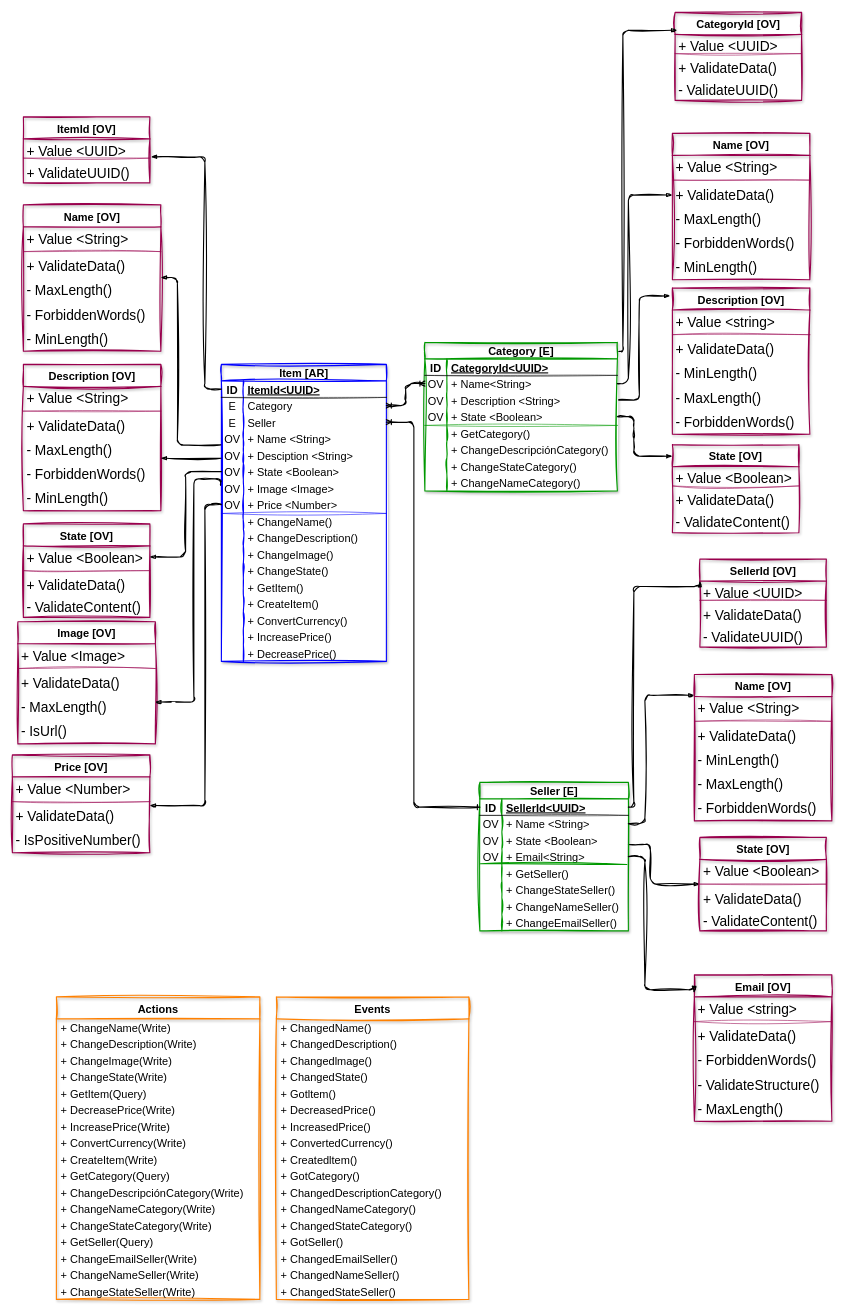
Julian362/C1-2023-DDD-Colombia keeps this draw.io diagram as page "Item<AR>-Product" (2 of 5) of Drive-Domain-Design.drawio. Above is the earlier version. Source tidied: cells renumbered, new cells numbered last; positions are measured from the earlier drawing's top-left corner, leaving out a move shared by most shapes. Both pictures are drawn from the tidied source at 55%, with x=0, y=0 at pixel (12, 12).
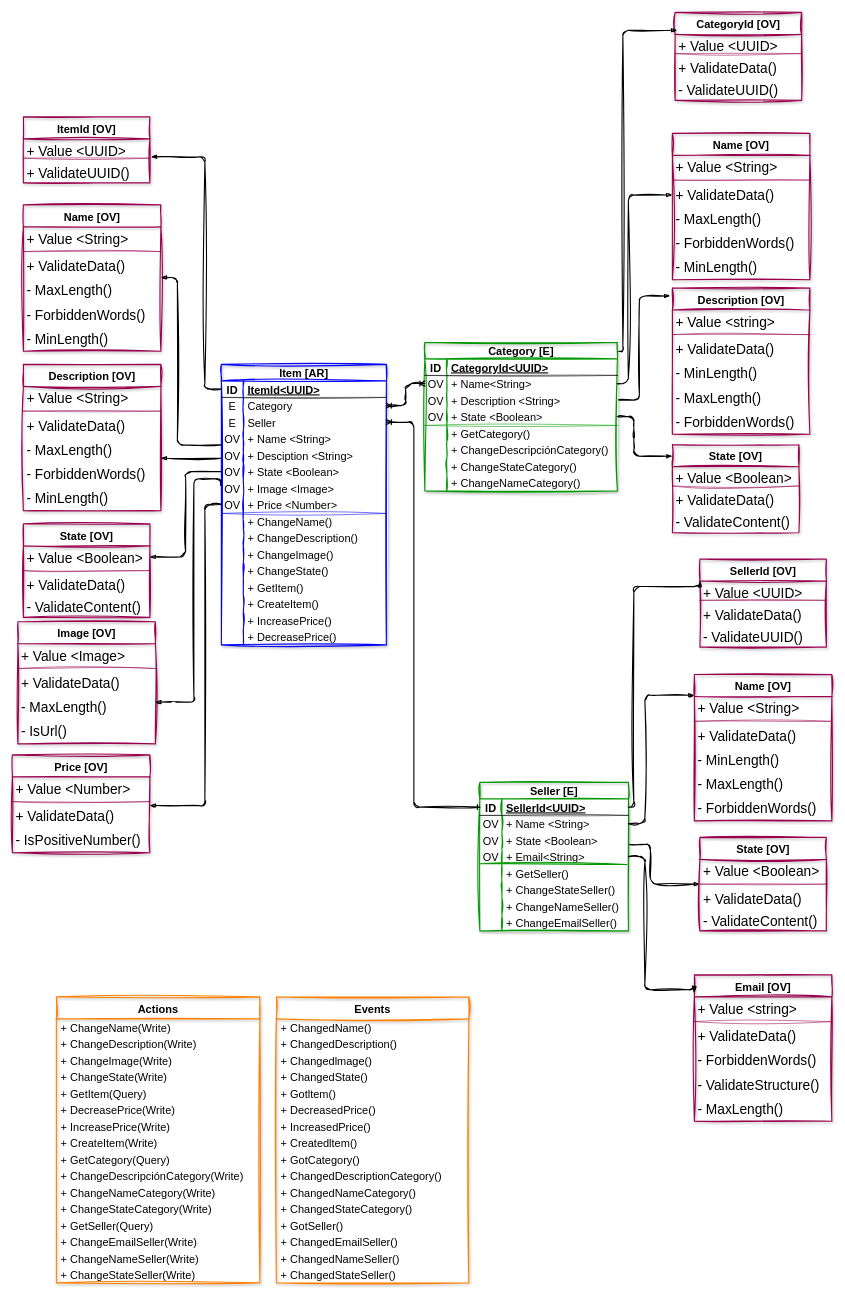
After the change.

The edit, as a diff of the source:
```diff
@@
     <mxCell id="2" value="Item [AR]" style="shape=table;startSize=30;childLayout=tableLayout;rowLines=0;fontStyle=1;align=center;hachureGap=4;fontFamily=Helvetica;fontSize=20;fillColor=none;swimlaneFillColor=default;rounded=0;shadow=1;strokeWidth=2;labelBorderColor=none;strokeColor=#0000FF;sketch=1;curveFitting=1;jiggle=2;" parent="1" vertex="1">
-      <mxGeometry x="380" y="640" width="300" height="540" as="geometry" />
+      <mxGeometry x="380" y="640" width="300" height="510" as="geometry" />
     </mxCell>
@@
-    <mxCell id="45" style="shape=tableRow;horizontal=0;startSize=0;swimlaneHead=0;swimlaneBody=0;fillColor=none;top=0;left=0;right=0;bottom=0;sketch=1;hachureGap=4;jiggle=2;curveFitting=1;fontFamily=Helvetica;fontSize=20;" parent="2" vertex="1">
-      <mxGeometry y="450" width="300" height="30" as="geometry" />
-    </mxCell>
-    <mxCell id="46" style="shape=partialRectangle;fillColor=none;top=0;left=0;bottom=0;right=0;overflow=hidden;sketch=1;hachureGap=4;jiggle=2;curveFitting=1;fontFamily=Helvetica;fontSize=20;" parent="45" vertex="1">
-      <mxGeometry width="40" height="30" as="geometry" />
-    </mxCell>
-    <mxCell id="47" value="+ ConvertCurrency()" style="shape=partialRectangle;fillColor=none;top=0;left=0;bottom=0;right=0;align=left;spacingLeft=6;overflow=hidden;sketch=1;hachureGap=4;jiggle=2;curveFitting=1;fontFamily=Helvetica;fontSize=20;" parent="45" vertex="1">
-      <mxGeometry x="40" width="260" height="30" as="geometry" />
-    </mxCell>
     <mxCell id="48" style="shape=tableRow;horizontal=0;startSize=0;swimlaneHead=0;swimlaneBody=0;fillColor=none;top=0;left=0;right=0;bottom=0;sketch=1;hachureGap=4;jiggle=2;curveFitting=1;fontFamily=Helvetica;fontSize=20;" parent="2" vertex="1">
-      <mxGeometry y="480" width="300" height="30" as="geometry" />
+      <mxGeometry y="450" width="300" height="30" as="geometry" />
     </mxCell>
@@
     <mxCell id="51" style="shape=tableRow;horizontal=0;startSize=0;swimlaneHead=0;swimlaneBody=0;fillColor=none;top=0;left=0;right=0;bottom=0;sketch=1;hachureGap=4;jiggle=2;curveFitting=1;fontFamily=Helvetica;fontSize=20;" parent="2" vertex="1">
-      <mxGeometry y="510" width="300" height="30" as="geometry" />
+      <mxGeometry y="480" width="300" height="30" as="geometry" />
     </mxCell>
@@
     <mxCell id="94" value="Actions" style="swimlane;fontStyle=1;horizontal=1;startSize=40;align=center;fontSize=20;rounded=0;shadow=1;labelBorderColor=none;sketch=1;hachureGap=4;jiggle=2;fillStyle=cross-hatch;curveFitting=1;strokeColor=#FF8000;strokeWidth=2;fontFamily=Helvetica;fillColor=none;gradientColor=none;" parent="1" vertex="1">
-      <mxGeometry x="80" y="1790" width="370" height="550" as="geometry" />
+      <mxGeometry x="80" y="1790" width="370" height="520" as="geometry" />
     </mxCell>
@@
-    <mxCell id="102" value="+ ConvertCurrency(Write)" style="shape=partialRectangle;fillColor=none;top=0;left=0;bottom=0;right=0;align=left;spacingLeft=6;overflow=hidden;sketch=1;hachureGap=4;jiggle=2;curveFitting=1;fontFamily=Helvetica;fontSize=20;" parent="94" vertex="1">
-      <mxGeometry y="250" width="370" height="30" as="geometry" />
-    </mxCell>
     <mxCell id="103" value="+ CreateItem(Write)" style="shape=partialRectangle;fillColor=none;top=0;left=0;bottom=0;right=0;align=left;spacingLeft=6;overflow=hidden;sketch=1;hachureGap=4;jiggle=2;curveFitting=1;fontFamily=Helvetica;fontSize=20;" parent="94" vertex="1">
-      <mxGeometry y="280" width="370" height="30" as="geometry" />
+      <mxGeometry y="250" width="370" height="30" as="geometry" />
     </mxCell>
     <mxCell id="104" value="+ GetCategory(Query)" style="shape=partialRectangle;fillColor=none;top=0;left=0;bottom=0;right=0;align=left;spacingLeft=6;overflow=hidden;sketch=1;hachureGap=4;jiggle=2;curveFitting=1;fontFamily=Helvetica;fontSize=20;" parent="94" vertex="1">
-      <mxGeometry y="310" width="370" height="30" as="geometry" />
+      <mxGeometry y="280" width="370" height="30" as="geometry" />
     </mxCell>
     <mxCell id="105" value="+ ChangeDescripciónCategory(Write)" style="shape=partialRectangle;fillColor=none;top=0;left=0;bottom=0;right=0;align=left;spacingLeft=6;overflow=hidden;sketch=1;hachureGap=4;jiggle=2;curveFitting=1;fontFamily=Helvetica;fontSize=20;" parent="94" vertex="1">
-      <mxGeometry y="340" width="370" height="30" as="geometry" />
+      <mxGeometry y="310" width="370" height="30" as="geometry" />
     </mxCell>
     <mxCell id="106" value="+ ChangeNameCategory(Write)" style="shape=partialRectangle;fillColor=none;top=0;left=0;bottom=0;right=0;align=left;spacingLeft=6;overflow=hidden;sketch=1;hachureGap=4;jiggle=2;curveFitting=1;fontFamily=Helvetica;fontSize=20;" parent="94" vertex="1">
-      <mxGeometry y="370" width="370" height="30" as="geometry" />
+      <mxGeometry y="340" width="370" height="30" as="geometry" />
     </mxCell>
     <mxCell id="107" value="+ ChangeStateCategory(Write)" style="shape=partialRectangle;fillColor=none;top=0;left=0;bottom=0;right=0;align=left;spacingLeft=6;overflow=hidden;sketch=1;hachureGap=4;jiggle=2;curveFitting=1;fontFamily=Helvetica;fontSize=20;" parent="94" vertex="1">
-      <mxGeometry y="400" width="370" height="30" as="geometry" />
+      <mxGeometry y="370" width="370" height="30" as="geometry" />
     </mxCell>
     <mxCell id="108" value="+ GetSeller(Query)" style="shape=partialRectangle;fillColor=none;top=0;left=0;bottom=0;right=0;align=left;spacingLeft=6;overflow=hidden;sketch=1;hachureGap=4;jiggle=2;curveFitting=1;fontFamily=Helvetica;fontSize=20;" parent="94" vertex="1">
-      <mxGeometry y="430" width="370" height="30" as="geometry" />
+      <mxGeometry y="400" width="370" height="30" as="geometry" />
     </mxCell>
     <mxCell id="109" value="+ ChangeEmailSeller(Write)" style="shape=partialRectangle;fillColor=none;top=0;left=0;bottom=0;right=0;align=left;spacingLeft=6;overflow=hidden;sketch=1;hachureGap=4;jiggle=2;curveFitting=1;fontFamily=Helvetica;fontSize=20;" parent="94" vertex="1">
-      <mxGeometry y="460" width="370" height="30" as="geometry" />
+      <mxGeometry y="430" width="370" height="30" as="geometry" />
     </mxCell>
     <mxCell id="110" value="+ ChangeNameSeller(Write)" style="shape=partialRectangle;fillColor=none;top=0;left=0;bottom=0;right=0;align=left;spacingLeft=6;overflow=hidden;sketch=1;hachureGap=4;jiggle=2;curveFitting=1;fontFamily=Helvetica;fontSize=20;" parent="94" vertex="1">
-      <mxGeometry y="490" width="370" height="30" as="geometry" />
+      <mxGeometry y="460" width="370" height="30" as="geometry" />
     </mxCell>
     <mxCell id="111" value="+ ChangeStateSeller(Write)" style="shape=partialRectangle;fillColor=none;top=0;left=0;bottom=0;right=0;align=left;spacingLeft=6;overflow=hidden;sketch=1;hachureGap=4;jiggle=2;curveFitting=1;fontFamily=Helvetica;fontSize=20;" parent="94" vertex="1">
-      <mxGeometry y="520" width="370" height="30" as="geometry" />
+      <mxGeometry y="490" width="370" height="30" as="geometry" />
     </mxCell>
@@
     <mxCell id="224" value="Events" style="swimlane;fontStyle=1;horizontal=1;startSize=40;align=center;fontSize=20;rounded=0;shadow=1;labelBorderColor=none;sketch=1;hachureGap=4;jiggle=2;fillStyle=cross-hatch;curveFitting=1;strokeColor=#FF8000;strokeWidth=2;fontFamily=Helvetica;fillColor=none;gradientColor=none;" parent="1" vertex="1">
-      <mxGeometry x="480" y="1790" width="350" height="550" as="geometry" />
+      <mxGeometry x="480" y="1790" width="350" height="520" as="geometry" />
     </mxCell>
@@
-    <mxCell id="232" value="+ ConvertedCurrency()" style="shape=partialRectangle;fillColor=none;top=0;left=0;bottom=0;right=0;align=left;spacingLeft=6;overflow=hidden;sketch=1;hachureGap=4;jiggle=2;curveFitting=1;fontFamily=Helvetica;fontSize=20;" parent="224" vertex="1">
-      <mxGeometry y="250" width="350" height="30" as="geometry" />
-    </mxCell>
     <mxCell id="233" value="+ Createdltem()" style="shape=partialRectangle;fillColor=none;top=0;left=0;bottom=0;right=0;align=left;spacingLeft=6;overflow=hidden;sketch=1;hachureGap=4;jiggle=2;curveFitting=1;fontFamily=Helvetica;fontSize=20;" parent="224" vertex="1">
-      <mxGeometry y="280" width="350" height="30" as="geometry" />
+      <mxGeometry y="250" width="350" height="30" as="geometry" />
     </mxCell>
     <mxCell id="234" value="+ GotCategory()" style="shape=partialRectangle;fillColor=none;top=0;left=0;bottom=0;right=0;align=left;spacingLeft=6;overflow=hidden;sketch=1;hachureGap=4;jiggle=2;curveFitting=1;fontFamily=Helvetica;fontSize=20;" parent="224" vertex="1">
-      <mxGeometry y="310" width="350" height="30" as="geometry" />
+      <mxGeometry y="280" width="350" height="30" as="geometry" />
     </mxCell>
     <mxCell id="235" value="+ ChangedDescriptionCategory()" style="shape=partialRectangle;fillColor=none;top=0;left=0;bottom=0;right=0;align=left;spacingLeft=6;overflow=hidden;sketch=1;hachureGap=4;jiggle=2;curveFitting=1;fontFamily=Helvetica;fontSize=20;" parent="224" vertex="1">
-      <mxGeometry y="340" width="350" height="30" as="geometry" />
+      <mxGeometry y="310" width="350" height="30" as="geometry" />
     </mxCell>
     <mxCell id="236" value="+ ChangedNameCategory()" style="shape=partialRectangle;fillColor=none;top=0;left=0;bottom=0;right=0;align=left;spacingLeft=6;overflow=hidden;sketch=1;hachureGap=4;jiggle=2;curveFitting=1;fontFamily=Helvetica;fontSize=20;" parent="224" vertex="1">
-      <mxGeometry y="370" width="350" height="30" as="geometry" />
+      <mxGeometry y="340" width="350" height="30" as="geometry" />
     </mxCell>
     <mxCell id="237" value="+ ChangedStateCategory()" style="shape=partialRectangle;fillColor=none;top=0;left=0;bottom=0;right=0;align=left;spacingLeft=6;overflow=hidden;sketch=1;hachureGap=4;jiggle=2;curveFitting=1;fontFamily=Helvetica;fontSize=20;" parent="224" vertex="1">
-      <mxGeometry y="400" width="350" height="30" as="geometry" />
+      <mxGeometry y="370" width="350" height="30" as="geometry" />
     </mxCell>
     <mxCell id="238" value="+ GotSeller()" style="shape=partialRectangle;fillColor=none;top=0;left=0;bottom=0;right=0;align=left;spacingLeft=6;overflow=hidden;sketch=1;hachureGap=4;jiggle=2;curveFitting=1;fontFamily=Helvetica;fontSize=20;" parent="224" vertex="1">
-      <mxGeometry y="430" width="350" height="30" as="geometry" />
+      <mxGeometry y="400" width="350" height="30" as="geometry" />
     </mxCell>
     <mxCell id="239" value="+ ChangedEmailSeller()" style="shape=partialRectangle;fillColor=none;top=0;left=0;bottom=0;right=0;align=left;spacingLeft=6;overflow=hidden;sketch=1;hachureGap=4;jiggle=2;curveFitting=1;fontFamily=Helvetica;fontSize=20;" parent="224" vertex="1">
-      <mxGeometry y="460" width="350" height="30" as="geometry" />
+      <mxGeometry y="430" width="350" height="30" as="geometry" />
     </mxCell>
     <mxCell id="240" value="+ ChangedNameSeller()" style="shape=partialRectangle;fillColor=none;top=0;left=0;bottom=0;right=0;align=left;spacingLeft=6;overflow=hidden;sketch=1;hachureGap=4;jiggle=2;curveFitting=1;fontFamily=Helvetica;fontSize=20;" parent="224" vertex="1">
-      <mxGeometry y="490" width="350" height="30" as="geometry" />
+      <mxGeometry y="460" width="350" height="30" as="geometry" />
     </mxCell>
     <mxCell id="241" value="+ ChangedStateSeller()" style="shape=partialRectangle;fillColor=none;top=0;left=0;bottom=0;right=0;align=left;spacingLeft=6;overflow=hidden;sketch=1;hachureGap=4;jiggle=2;curveFitting=1;fontFamily=Helvetica;fontSize=20;" parent="224" vertex="1">
-      <mxGeometry y="520" width="350" height="30" as="geometry" />
+      <mxGeometry y="490" width="350" height="30" as="geometry" />
     </mxCell>
```
